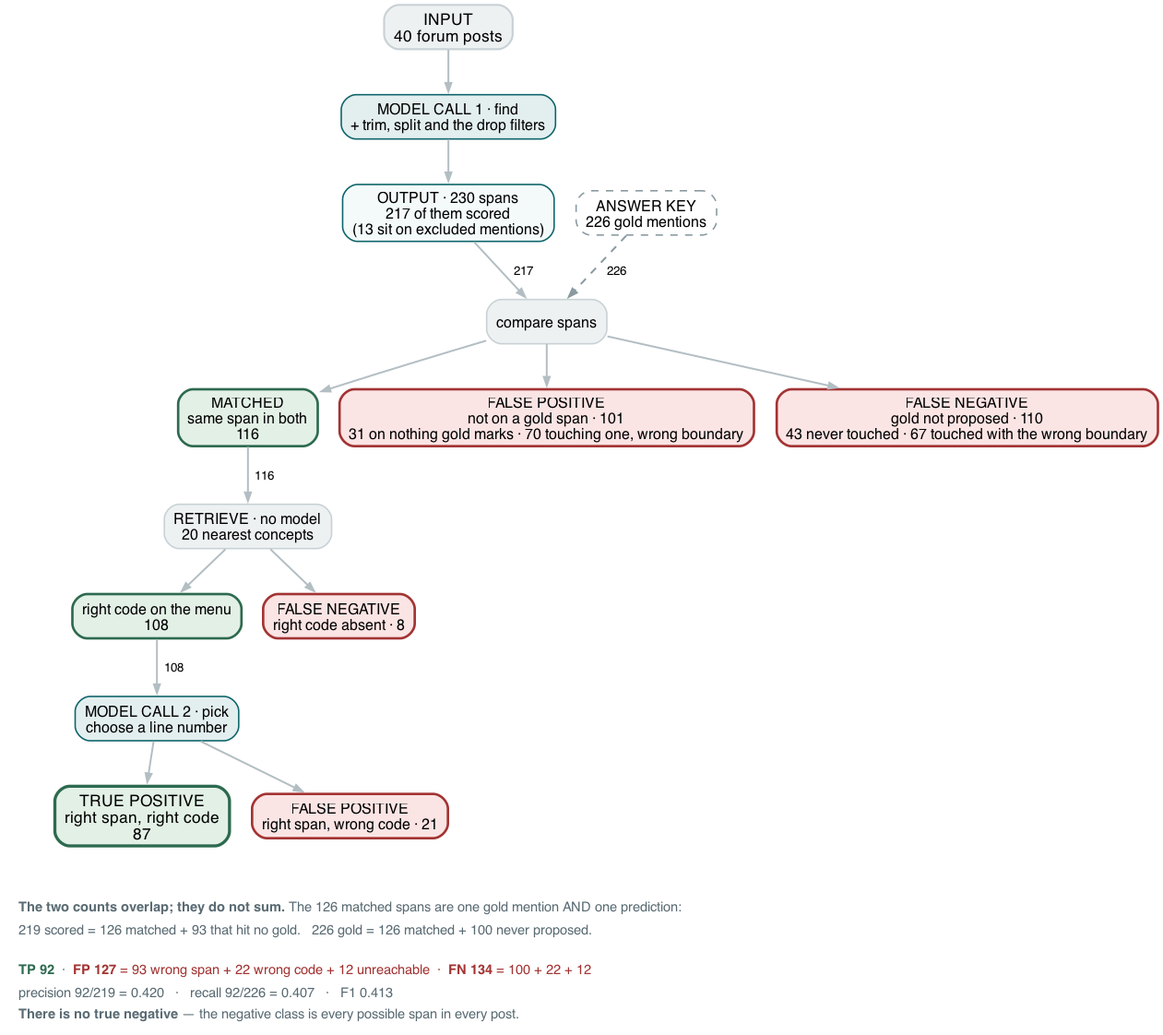
wbagais/reliability-ladder keeps this Graphviz diagram as docs/figures/fig9-funnel.png. Above is the earlier version. Its source is kept beside it as docs/figures/fig9-funnel.dot.
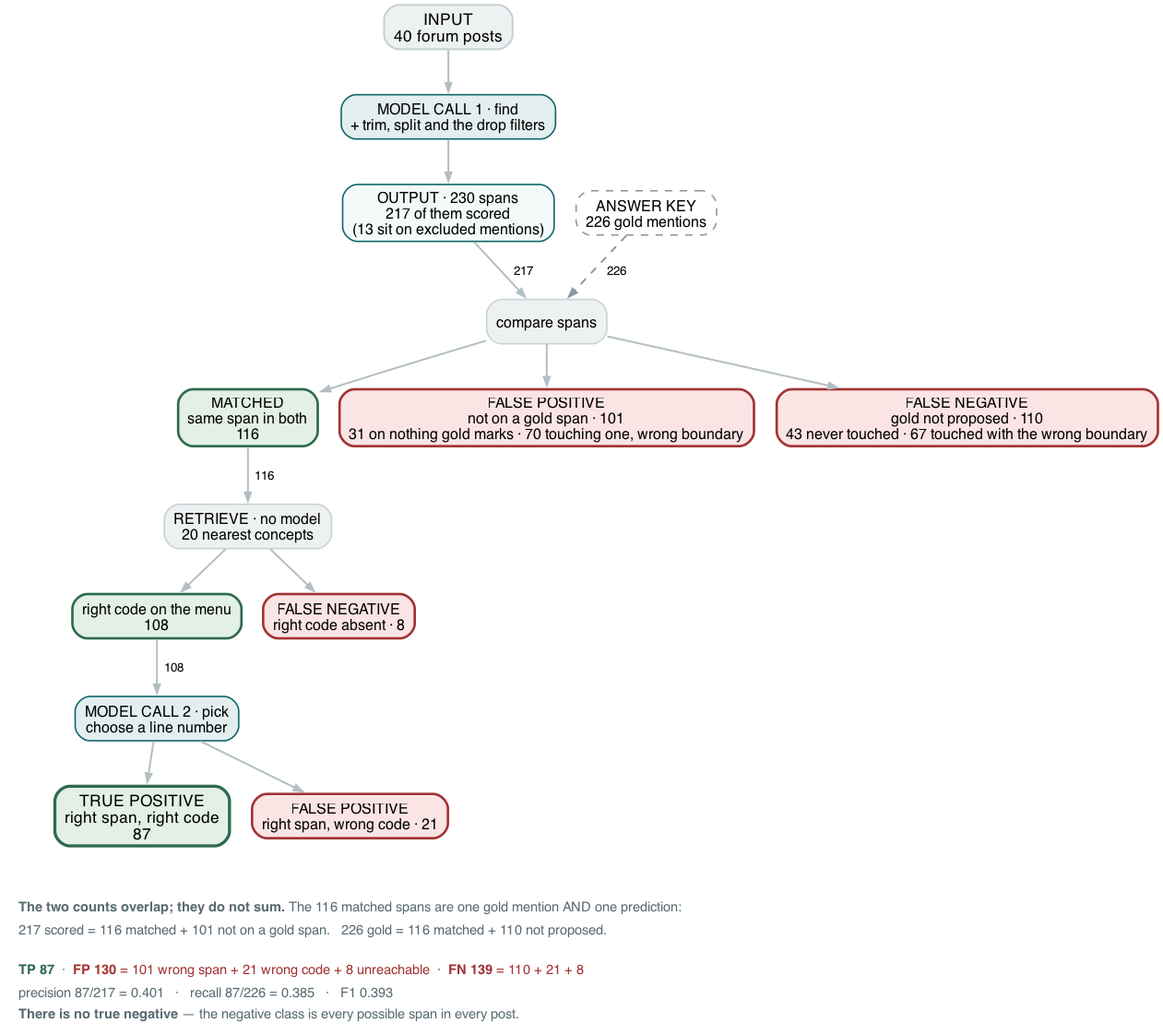
After the commit.

Diff of the diagram source:
```diff
@@ -40,11 +40,11 @@
 
   note [shape=plaintext style="" fillcolor="white"
         label=<<TABLE BORDER="0" CELLBORDER="0" CELLSPACING="0" CELLPADDING="3">
-        <TR><TD ALIGN="LEFT"><FONT POINT-SIZE="11" COLOR="#5a6b73"><B>The two counts overlap; they do not sum.</B> The 126 matched spans are one gold mention AND one prediction:</FONT></TD></TR>
-        <TR><TD ALIGN="LEFT"><FONT POINT-SIZE="11" COLOR="#5a6b73">219 scored = 126 matched + 93 that hit no gold. &#160; 226 gold = 126 matched + 100 never proposed.</FONT></TD></TR>
+        <TR><TD ALIGN="LEFT"><FONT POINT-SIZE="11" COLOR="#5a6b73"><B>The two counts overlap; they do not sum.</B> The 116 matched spans are one gold mention AND one prediction:</FONT></TD></TR>
+        <TR><TD ALIGN="LEFT"><FONT POINT-SIZE="11" COLOR="#5a6b73">217 scored = 116 matched + 101 not on a gold span. &#160; 226 gold = 116 matched + 110 not proposed.</FONT></TD></TR>
         <TR><TD ALIGN="LEFT"><FONT POINT-SIZE="8"> </FONT></TD></TR>
-        <TR><TD ALIGN="LEFT"><FONT POINT-SIZE="11" COLOR="#2d6a4f"><B>TP 92</B></FONT><FONT POINT-SIZE="11" COLOR="#5a6b73">  ·  </FONT><FONT POINT-SIZE="11" COLOR="#a33333"><B>FP 127</B> = 93 wrong span + 22 wrong code + 12 unreachable  ·  <B>FN 134</B> = 100 + 22 + 12</FONT></TD></TR>
-        <TR><TD ALIGN="LEFT"><FONT POINT-SIZE="11" COLOR="#5a6b73">precision 92/219 = 0.420   ·   recall 92/226 = 0.407   ·   F1 0.413</FONT></TD></TR>
+        <TR><TD ALIGN="LEFT"><FONT POINT-SIZE="11" COLOR="#2d6a4f"><B>TP 87</B></FONT><FONT POINT-SIZE="11" COLOR="#5a6b73">  ·  </FONT><FONT POINT-SIZE="11" COLOR="#a33333"><B>FP 130</B> = 101 wrong span + 21 wrong code + 8 unreachable  ·  <B>FN 139</B> = 110 + 21 + 8</FONT></TD></TR>
+        <TR><TD ALIGN="LEFT"><FONT POINT-SIZE="11" COLOR="#5a6b73">precision 87/217 = 0.401   ·   recall 87/226 = 0.385   ·   F1 0.393</FONT></TD></TR>
         <TR><TD ALIGN="LEFT"><FONT POINT-SIZE="11" COLOR="#5a6b73"><B>There is no true negative</B> — the negative class is every possible span in every post.</FONT></TD></TR>
         </TABLE>>];
   fp2 -> note [style=invis];
```
